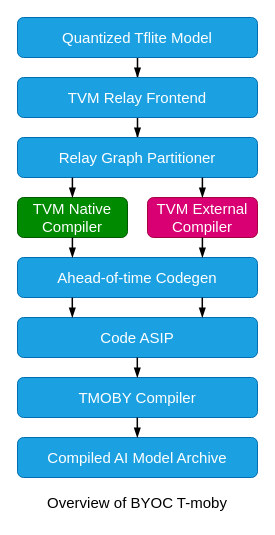
Earlier version of the draw.io diagram TVM.drawio (hoangtv2000/document-collection). Source tidied: cells renumbered, new cells numbered last; positions are measured from the earlier drawing's top-left corner, leaving out a move shared by most shapes. Both pictures are drawn from the tidied source at 100%, with x=0, y=0 at pixel (17, 17).
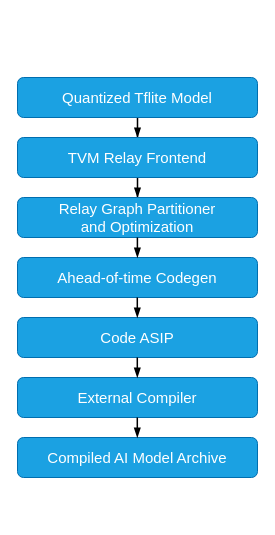
After the change.

What changed in the source:
```diff
@@
     <mxCell id="3" value="&lt;span style=&quot;font-size: 15px;&quot;&gt;Quantized Tflite Model&lt;/span&gt;" style="rounded=1;whiteSpace=wrap;html=1;fillColor=#1ba1e2;strokeColor=#006EAF;fontColor=#ffffff;" parent="1" vertex="1">
-      <mxGeometry width="240" height="40" as="geometry" />
+      <mxGeometry y="60" width="240" height="40" as="geometry" />
     </mxCell>
@@
     <mxCell id="5" value="&lt;font style=&quot;font-size: 15px;&quot;&gt;TVM Relay Frontend&lt;/font&gt;" style="rounded=1;whiteSpace=wrap;html=1;fillColor=#1ba1e2;strokeColor=#006EAF;fontColor=#ffffff;" parent="1" vertex="1">
-      <mxGeometry y="60" width="240" height="40" as="geometry" />
+      <mxGeometry y="120" width="240" height="40" as="geometry" />
     </mxCell>
-    <mxCell id="6" value="&lt;font style=&quot;font-size: 15px;&quot;&gt;Relay Graph Partitioner&lt;/font&gt;" style="rounded=1;whiteSpace=wrap;html=1;fillColor=#1ba1e2;strokeColor=#006EAF;fontColor=#ffffff;" parent="1" vertex="1">
-      <mxGeometry y="120" width="240" height="40" as="geometry" />
+    <mxCell id="6" value="&lt;font style=&quot;font-size: 15px;&quot;&gt;Relay Graph Partitioner&lt;/font&gt;&lt;div&gt;&lt;font style=&quot;font-size: 15px;&quot;&gt;and Optimization&lt;/font&gt;&lt;/div&gt;" style="rounded=1;whiteSpace=wrap;html=1;fillColor=#1ba1e2;strokeColor=#006EAF;fontColor=#ffffff;" parent="1" vertex="1">
+      <mxGeometry y="180" width="240" height="40" as="geometry" />
     </mxCell>
-    <mxCell id="7" value="&lt;font style=&quot;font-size: 15px;&quot;&gt;TVM Native&lt;br&gt;Compiler&lt;/font&gt;" style="rounded=1;whiteSpace=wrap;html=1;fillColor=#008a00;fontColor=#ffffff;strokeColor=#005700;" parent="1" vertex="1">
-      <mxGeometry y="180" width="110" height="40" as="geometry" />
-    </mxCell>
@@
-    <mxCell id="10" value="&lt;span style=&quot;font-size: 15px;&quot;&gt;TMOBY Compiler&lt;/span&gt;" style="rounded=1;whiteSpace=wrap;html=1;fillColor=#1ba1e2;strokeColor=#006EAF;fontColor=#ffffff;" parent="1" vertex="1">
+    <mxCell id="10" value="&lt;span style=&quot;font-size: 15px;&quot;&gt;External Compiler&lt;/span&gt;" style="rounded=1;whiteSpace=wrap;html=1;fillColor=#1ba1e2;strokeColor=#006EAF;fontColor=#ffffff;" parent="1" vertex="1">
       <mxGeometry y="360" width="240" height="40" as="geometry" />
     </mxCell>
@@
-    <mxCell id="12" value="&lt;font style=&quot;font-size: 15px;&quot;&gt;TVM External&lt;br&gt;Compiler&lt;/font&gt;" style="rounded=1;whiteSpace=wrap;html=1;fillColor=#d80073;strokeColor=#A50040;fontColor=#ffffff;" parent="1" vertex="1">
-      <mxGeometry x="130" y="180" width="110" height="40" as="geometry" />
-    </mxCell>
-    <mxCell id="13" style="edgeStyle=orthogonalEdgeStyle;shape=connector;rounded=0;orthogonalLoop=1;jettySize=auto;html=1;entryX=0.5;entryY=0;entryDx=0;entryDy=0;strokeColor=default;align=center;verticalAlign=middle;fontFamily=Helvetica;fontSize=11;fontColor=default;labelBackgroundColor=default;endArrow=blockThin;endFill=1;strokeWidth=1.5;" parent="1" edge="1">
-      <mxGeometry relative="1" as="geometry">
-        <mxPoint x="184.9" y="160" as="sourcePoint" />
-        <mxPoint x="184.9" y="180" as="targetPoint" />
-      </mxGeometry>
-    </mxCell>
-    <mxCell id="14" style="edgeStyle=orthogonalEdgeStyle;shape=connector;rounded=0;orthogonalLoop=1;jettySize=auto;html=1;entryX=0.5;entryY=0;entryDx=0;entryDy=0;strokeColor=default;align=center;verticalAlign=middle;fontFamily=Helvetica;fontSize=11;fontColor=default;labelBackgroundColor=default;endArrow=blockThin;endFill=1;strokeWidth=1.5;" parent="1" edge="1">
-      <mxGeometry relative="1" as="geometry">
-        <mxPoint x="54.9" y="160" as="sourcePoint" />
-        <mxPoint x="54.9" y="180" as="targetPoint" />
-      </mxGeometry>
-    </mxCell>
-    <mxCell id="15" style="edgeStyle=orthogonalEdgeStyle;shape=connector;rounded=0;orthogonalLoop=1;jettySize=auto;html=1;entryX=0.5;entryY=0;entryDx=0;entryDy=0;strokeColor=default;align=center;verticalAlign=middle;fontFamily=Helvetica;fontSize=11;fontColor=default;labelBackgroundColor=default;endArrow=blockThin;endFill=1;strokeWidth=1.5;" parent="1" edge="1">
-      <mxGeometry relative="1" as="geometry">
-        <mxPoint x="54.9" y="220" as="sourcePoint" />
-        <mxPoint x="54.9" y="240" as="targetPoint" />
-      </mxGeometry>
-    </mxCell>
-    <mxCell id="16" style="edgeStyle=orthogonalEdgeStyle;shape=connector;rounded=0;orthogonalLoop=1;jettySize=auto;html=1;entryX=0.5;entryY=0;entryDx=0;entryDy=0;strokeColor=default;align=center;verticalAlign=middle;fontFamily=Helvetica;fontSize=11;fontColor=default;labelBackgroundColor=default;endArrow=blockThin;endFill=1;strokeWidth=1.5;" parent="1" edge="1">
-      <mxGeometry relative="1" as="geometry">
-        <mxPoint x="184.9" y="220" as="sourcePoint" />
-        <mxPoint x="184.9" y="240" as="targetPoint" />
-      </mxGeometry>
-    </mxCell>
     <mxCell id="17" style="edgeStyle=orthogonalEdgeStyle;shape=connector;rounded=0;orthogonalLoop=1;jettySize=auto;html=1;entryX=0.5;entryY=0;entryDx=0;entryDy=0;strokeColor=default;align=center;verticalAlign=middle;fontFamily=Helvetica;fontSize=11;fontColor=default;labelBackgroundColor=default;endArrow=blockThin;endFill=1;strokeWidth=1.5;" parent="1" edge="1">
       <mxGeometry relative="1" as="geometry">
-        <mxPoint x="184.8" y="280" as="sourcePoint" />
-        <mxPoint x="184.8" y="300" as="targetPoint" />
+        <mxPoint x="119.8" y="280" as="sourcePoint" />
+        <mxPoint x="119.8" y="300" as="targetPoint" />
       </mxGeometry>
     </mxCell>
-    <mxCell id="18" style="edgeStyle=orthogonalEdgeStyle;shape=connector;rounded=0;orthogonalLoop=1;jettySize=auto;html=1;entryX=0.5;entryY=0;entryDx=0;entryDy=0;strokeColor=default;align=center;verticalAlign=middle;fontFamily=Helvetica;fontSize=11;fontColor=default;labelBackgroundColor=default;endArrow=blockThin;endFill=1;strokeWidth=1.5;" parent="1" edge="1">
-      <mxGeometry relative="1" as="geometry">
-        <mxPoint x="54.8" y="280" as="sourcePoint" />
-        <mxPoint x="54.8" y="300" as="targetPoint" />
-      </mxGeometry>
-    </mxCell>
@@
-    <mxCell id="21" value="&lt;font style=&quot;font-size: 15px;&quot;&gt;Overview of BYOC T-moby&lt;/font&gt;" style="text;html=1;align=center;verticalAlign=middle;whiteSpace=wrap;rounded=0;" parent="1" vertex="1">
-      <mxGeometry x="20" y="470" width="200" height="30" as="geometry" />
-    </mxCell>
+    <mxCell id="22" style="edgeStyle=orthogonalEdgeStyle;shape=connector;rounded=0;orthogonalLoop=1;jettySize=auto;html=1;entryX=0.5;entryY=0;entryDx=0;entryDy=0;strokeColor=default;align=center;verticalAlign=middle;fontFamily=Helvetica;fontSize=11;fontColor=default;labelBackgroundColor=default;endArrow=blockThin;endFill=1;strokeWidth=1.5;" parent="1" edge="1">
+      <mxGeometry relative="1" as="geometry">
+        <mxPoint x="119.9" y="220" as="sourcePoint" />
+        <mxPoint x="119.9" y="240" as="targetPoint" />
+      </mxGeometry>
+    </mxCell>
```
